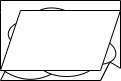
This is diagrams/diagramme-classe.drawio.png from HananeOubaha/Maroc-Explore-2, a draw.io export, as it was before one commit. Source tidied: cells renumbered, new cells last; positions are measured from the earlier drawing's top-left corner, leaving out a move shared by most shapes.
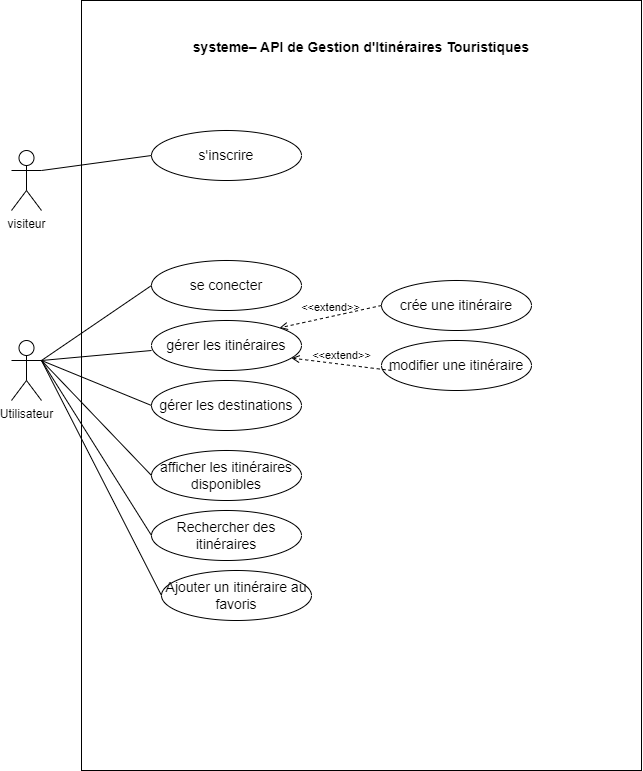
The same diagram one commit later.

Commit message:
j'ai finaliser le brief

Change to the diagram source:
```diff
@@ -2,20 +2,79 @@
   <root>
     <mxCell id="0" />
     <mxCell id="1" parent="0" />
+    <mxCell id="7" style="rounded=0;whiteSpace=wrap;html=1;" parent="1" vertex="1">
+      <mxGeometry x="70" y="60" width="560" height="770" as="geometry" />
+    </mxCell>
-    <mxCell id="2" style="shape=hexagon;perimeter=hexagonPerimeter2;whiteSpace=wrap;html=1;fixedSize=1;" parent="1" vertex="1">
-      <mxGeometry width="120" height="80" as="geometry" />
+    <mxCell id="2" value="&lt;h1 style=&quot;box-sizing: border-box; border: 0px solid; --tw-border-spacing-x: 0; --tw-border-spacing-y: 0; --tw-translate-x: 0; --tw-translate-y: 0; --tw-rotate: 0; --tw-skew-x: 0; --tw-skew-y: 0; --tw-scale-x: 1; --tw-scale-y: 1; --tw-pan-x: ; --tw-pan-y: ; --tw-pinch-zoom: ; --tw-scroll-snap-strictness: proximity; --tw-gradient-from-position: ; --tw-gradient-via-position: ; --tw-gradient-to-position: ; --tw-ordinal: ; --tw-slashed-zero: ; --tw-numeric-figure: ; --tw-numeric-spacing: ; --tw-numeric-fraction: ; --tw-ring-inset: ; --tw-ring-offset-width: 0px; --tw-ring-offset-color: light-dark(#fff, #000000); --tw-ring-color: light-dark(rgba(59,130,246,.5), #4c89ec); --tw-ring-offset-shadow: 0 0 #0000; --tw-ring-shadow: 0 0 #0000; --tw-shadow: 0 0 #0000; --tw-shadow-colored: 0 0 #0000; --tw-blur: ; --tw-brightness: ; --tw-contrast: ; --tw-grayscale: ; --tw-hue-rotate: ; --tw-invert: ; --tw-saturate: ; --tw-sepia: ; --tw-drop-shadow: ; --tw-backdrop-blur: ; --tw-backdrop-brightness: ; --tw-backdrop-contrast: ; --tw-backdrop-grayscale: ; --tw-backdrop-hue-rotate: ; --tw-backdrop-invert: ; --tw-backdrop-opacity: ; --tw-backdrop-saturate: ; --tw-backdrop-sepia: ; --tw-contain-size: ; --tw-contain-layout: ; --tw-contain-paint: ; --tw-contain-style: ; margin: 0px; font-family: &amp;quot;Nunito Sans&amp;quot;, sans-serif; line-height: 2rem; text-align: start; background-color: rgb(255, 255, 255);&quot; class=&quot;sc-6a4c5dd9-0 dXTcni&quot;&gt;&lt;font style=&quot;font-size: 14px;&quot;&gt;systeme– API de Gestion d'Itinéraires Touristiques&lt;/font&gt;&lt;/h1&gt;" style="text;html=1;align=center;verticalAlign=middle;whiteSpace=wrap;rounded=0;" parent="1" vertex="1">
+      <mxGeometry x="160" y="90" width="380" height="30" as="geometry" />
     </mxCell>
+    <mxCell id="8" value="visiteur&lt;div&gt;&lt;br&gt;&lt;/div&gt;" style="shape=umlActor;verticalLabelPosition=bottom;verticalAlign=top;html=1;outlineConnect=0;" parent="1" vertex="1">
+      <mxGeometry y="210" width="30" height="60" as="geometry" />
+    </mxCell>
+    <mxCell id="9" value="&lt;font style=&quot;font-size: 14px;&quot;&gt;s'inscrire&lt;/font&gt;" style="ellipse;whiteSpace=wrap;html=1;" parent="1" vertex="1">
+      <mxGeometry x="140" y="190" width="150" height="50" as="geometry" />
+    </mxCell>
-    <mxCell id="3" style="shape=step;perimeter=stepPerimeter;whiteSpace=wrap;html=1;fixedSize=1;" parent="1" vertex="1">
-      <mxGeometry width="120" height="80" as="geometry" />
+    <mxCell id="3" value="&lt;span style=&quot;font-size: 14px;&quot;&gt;se conecter&lt;/span&gt;" style="ellipse;whiteSpace=wrap;html=1;" parent="1" vertex="1">
+      <mxGeometry x="140" y="320" width="150" height="50" as="geometry" />
     </mxCell>
-    <mxCell id="4" style="shape=document;whiteSpace=wrap;html=1;boundedLbl=1;" parent="1" vertex="1">
-      <mxGeometry width="120" height="80" as="geometry" />
+    <mxCell id="4" style="endArrow=none;html=1;exitX=1;exitY=0.3333333333333333;exitDx=0;exitDy=0;exitPerimeter=0;entryX=0;entryY=0.5;entryDx=0;entryDy=0;" parent="1" edge="1" source="8" target="9">
+      <mxGeometry relative="1" as="geometry" />
     </mxCell>
-    <mxCell id="5" style="ellipse;shape=cloud;whiteSpace=wrap;html=1;" parent="1" vertex="1">
-      <mxGeometry width="120" height="80" as="geometry" />
+    <mxCell id="5" value="&lt;div&gt;Utilisateur&lt;/div&gt;" style="shape=umlActor;verticalLabelPosition=bottom;verticalAlign=top;html=1;outlineConnect=0;" parent="1" vertex="1">
+      <mxGeometry y="400" width="30" height="60" as="geometry" />
     </mxCell>
-    <mxCell id="6" style="shape=parallelogram;perimeter=parallelogramPerimeter;whiteSpace=wrap;html=1;fixedSize=1;" parent="1" vertex="1">
-      <mxGeometry y="10" width="120" height="60" as="geometry" />
-    </mxCell>
+    <mxCell id="10" value="&lt;span style=&quot;font-size: 14px;&quot;&gt;gérer les itinéraires&lt;/span&gt;" style="ellipse;whiteSpace=wrap;html=1;" parent="1" vertex="1">
+      <mxGeometry x="140" y="380" width="150" height="50" as="geometry" />
+    </mxCell>
+    <mxCell id="11" value="&lt;span style=&quot;font-size: 14px;&quot;&gt;Ajouter un itinéraire au favoris&lt;/span&gt;" style="ellipse;whiteSpace=wrap;html=1;" parent="1" vertex="1">
+      <mxGeometry x="150" y="630" width="150" height="50" as="geometry" />
+    </mxCell>
+    <mxCell id="12" value="&lt;span style=&quot;font-size: 14px;&quot;&gt;gérer les destinations&lt;/span&gt;" style="ellipse;whiteSpace=wrap;html=1;" parent="1" vertex="1">
+      <mxGeometry x="140" y="440" width="150" height="50" as="geometry" />
+    </mxCell>
+    <mxCell id="13" value="&lt;span style=&quot;font-size: 14px;&quot;&gt;afficher les itinéraires disponibles&lt;/span&gt;" style="ellipse;whiteSpace=wrap;html=1;" parent="1" vertex="1">
+      <mxGeometry x="140" y="510" width="150" height="50" as="geometry" />
+    </mxCell>
+    <mxCell id="14" value="&lt;span style=&quot;font-size: 14px;&quot;&gt;Rechercher des itinéraires&lt;/span&gt;" style="ellipse;whiteSpace=wrap;html=1;" parent="1" vertex="1">
+      <mxGeometry x="140" y="570" width="150" height="50" as="geometry" />
+    </mxCell>
+    <mxCell id="15" style="endArrow=none;html=1;exitX=1;exitY=0.3333333333333333;exitDx=0;exitDy=0;exitPerimeter=0;entryX=0;entryY=0.5;entryDx=0;entryDy=0;" parent="1" edge="1" source="5" target="3">
+      <mxGeometry relative="1" as="geometry" />
+    </mxCell>
+    <mxCell id="16" style="endArrow=none;html=1;entryX=0;entryY=0.5;entryDx=0;entryDy=0;" parent="1" edge="1" target="12">
+      <mxGeometry relative="1" as="geometry">
+        <mxPoint x="30" y="420" as="sourcePoint" />
+      </mxGeometry>
+    </mxCell>
+    <mxCell id="17" style="endArrow=none;html=1;exitX=1;exitY=0.3333333333333333;exitDx=0;exitDy=0;exitPerimeter=0;" parent="1" edge="1" source="5">
+      <mxGeometry relative="1" as="geometry">
+        <mxPoint x="140" y="410" as="targetPoint" />
+      </mxGeometry>
+    </mxCell>
+    <mxCell id="18" style="endArrow=none;html=1;entryX=0;entryY=0.5;entryDx=0;entryDy=0;exitX=1;exitY=0.3333333333333333;exitDx=0;exitDy=0;exitPerimeter=0;" parent="1" edge="1" source="5" target="13">
+      <mxGeometry relative="1" as="geometry" />
+    </mxCell>
+    <mxCell id="19" style="endArrow=none;html=1;entryX=0;entryY=0.5;entryDx=0;entryDy=0;" parent="1" edge="1" target="14">
+      <mxGeometry relative="1" as="geometry">
+        <mxPoint x="30" y="420" as="sourcePoint" />
+      </mxGeometry>
+    </mxCell>
+    <mxCell id="20" style="endArrow=none;html=1;entryX=0;entryY=0.5;entryDx=0;entryDy=0;" parent="1" edge="1" target="11">
+      <mxGeometry relative="1" as="geometry">
+        <mxPoint x="30" y="420" as="sourcePoint" />
+      </mxGeometry>
+    </mxCell>
+    <mxCell id="21" value="&lt;span style=&quot;font-size: 14px;&quot;&gt;crée une itinéraire&lt;/span&gt;" style="ellipse;whiteSpace=wrap;html=1;" parent="1" vertex="1">
+      <mxGeometry x="370" y="340" width="150" height="50" as="geometry" />
+    </mxCell>
+    <mxCell id="22" value="&lt;span style=&quot;font-size: 14px;&quot;&gt;modifier une itinéraire&lt;/span&gt;" style="ellipse;whiteSpace=wrap;html=1;" parent="1" vertex="1">
+      <mxGeometry x="370" y="400" width="150" height="50" as="geometry" />
+    </mxCell>
+    <mxCell id="23" value="&amp;lt;&amp;lt;extend&amp;gt;&amp;gt;" style="html=1;verticalAlign=bottom;labelBackgroundColor=none;endArrow=open;endFill=0;dashed=1;entryX=1;entryY=0;entryDx=0;entryDy=0;exitX=0;exitY=0.5;exitDx=0;exitDy=0;" parent="1" edge="1" source="21" target="10">
+      <mxGeometry relative="1" as="geometry" />
+    </mxCell>
+    <mxCell id="24" value="&amp;lt;&amp;lt;extend&amp;gt;&amp;gt;" style="html=1;verticalAlign=bottom;labelBackgroundColor=none;endArrow=open;endFill=0;dashed=1;entryX=0.933;entryY=0.752;entryDx=0;entryDy=0;entryPerimeter=0;exitX=0.067;exitY=0.6;exitDx=0;exitDy=0;exitPerimeter=0;" parent="1" edge="1" source="22" target="10">
+      <mxGeometry relative="1" as="geometry" />
+    </mxCell>
   </root>
 </mxGraphModel>
```
